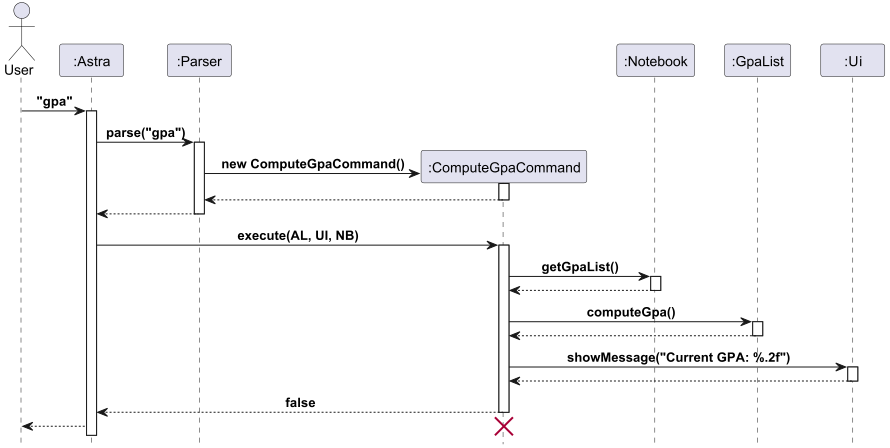
The PlantUML diagram docs/images/ComputeGPA.png in Kennahh/tp, before a commit. Its source is kept beside it as docs/diagrams/ComputeGPA.puml.
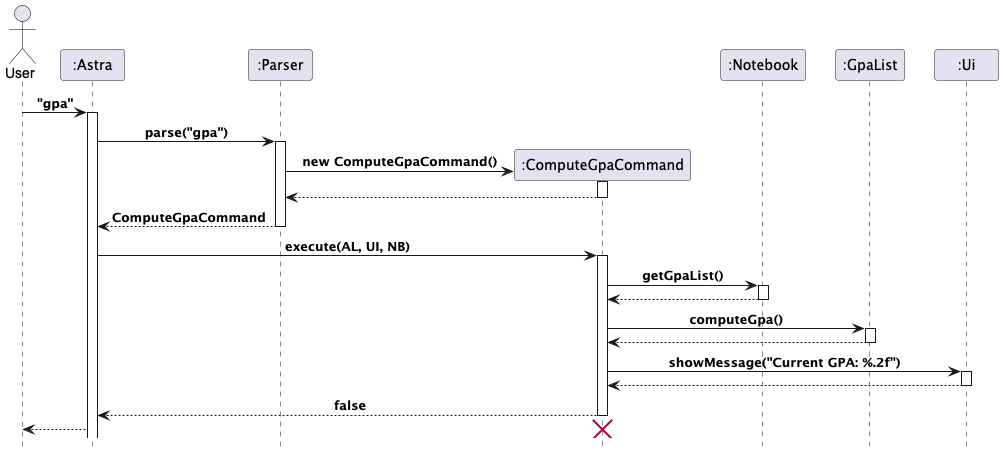
After the commit.

The edit, as a diff of the source:
```diff
@@ -16,7 +16,7 @@
 Parser -> C : new ComputeGpaCommand()
 activate C
 return
-Parser --> Astra
+return ComputeGpaCommand
 deactivate Parser
 Astra -> C: execute(AL, UI, NB)
 activate C
```
